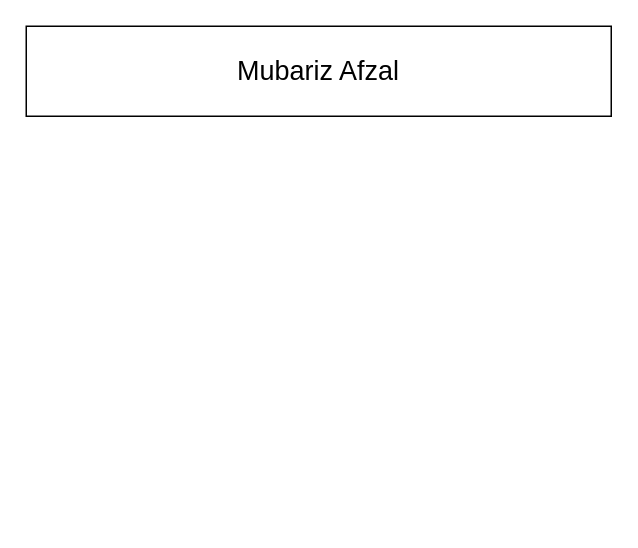
Above: page "Page-2" (2 of 2) of notes.drawio in mubarizafzal/DSA-Notes (draw.io), before the change. Source tidied: cells renumbered, new cells numbered last; positions are measured from the earlier drawing's top-left corner, leaving out a move shared by most shapes. Both pictures are drawn from the tidied source at 150%, with x=0, y=0 at pixel (26, 26).
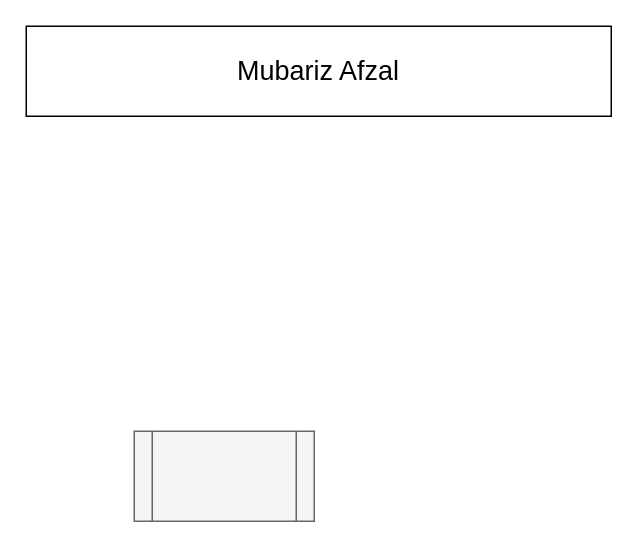
Above is the later version.

The edit, as a diff of the source:
```diff
@@
 <mxGraphModel>
   <root>
     <mxCell id="0" />
     <mxCell id="1" parent="0" />
     <mxCell id="2" value="&lt;span style=&quot;font-size: 18px&quot;&gt;Mubariz Afzal&lt;/span&gt;" style="rounded=0;whiteSpace=wrap;html=1;" parent="1" vertex="1">
       <mxGeometry width="390" height="60" as="geometry" />
     </mxCell>
+    <mxCell id="3" style="shape=process;whiteSpace=wrap;html=1;backgroundOutline=1;fillColor=#f5f5f5;strokeColor=#666666;fontColor=#333333;" parent="1" vertex="1">
+      <mxGeometry x="72" y="270" width="120" height="60" as="geometry" />
+    </mxCell>
   </root>
 </mxGraphModel>
```
